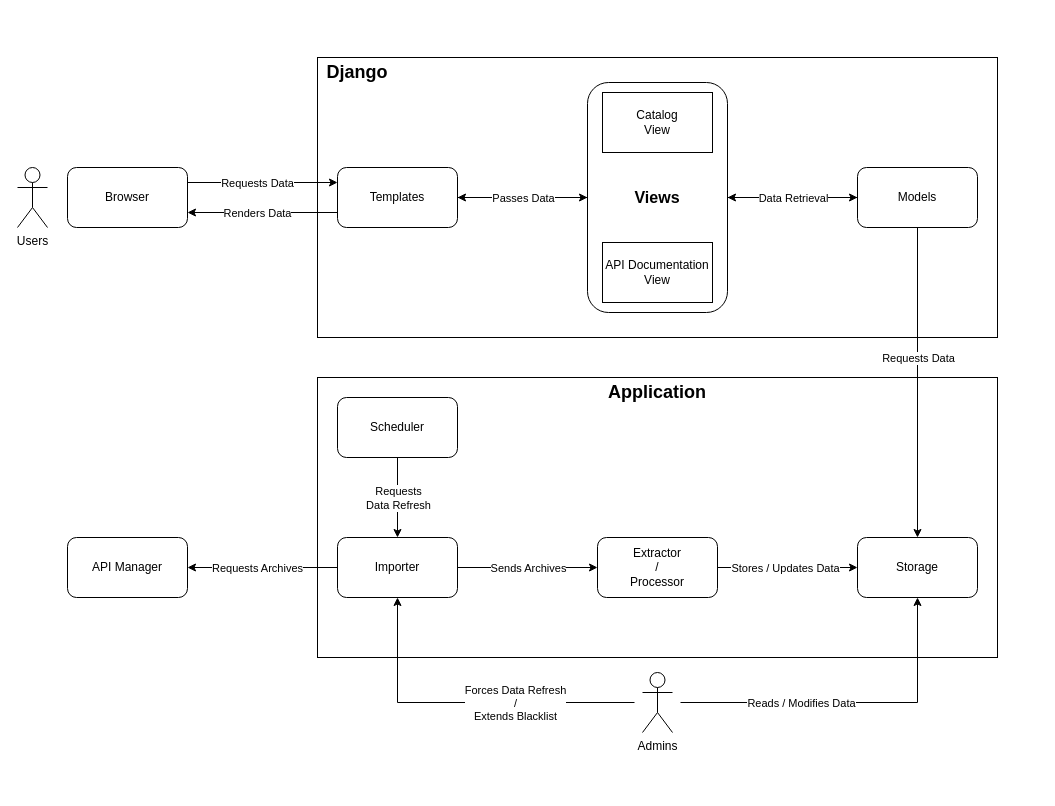
This is reports/S3-Rapport_Cahier_des_Charges/img/architecture_diagram.drawio from CC4K/api-catalog-development, a draw.io file, before an edit. Source tidied: cells renumbered, new cells numbered last; positions are measured from the earlier drawing's top-left corner, leaving out a move shared by most shapes. Both pictures are drawn from the tidied source at 100%, with x=0, y=0 at pixel (17, 57).
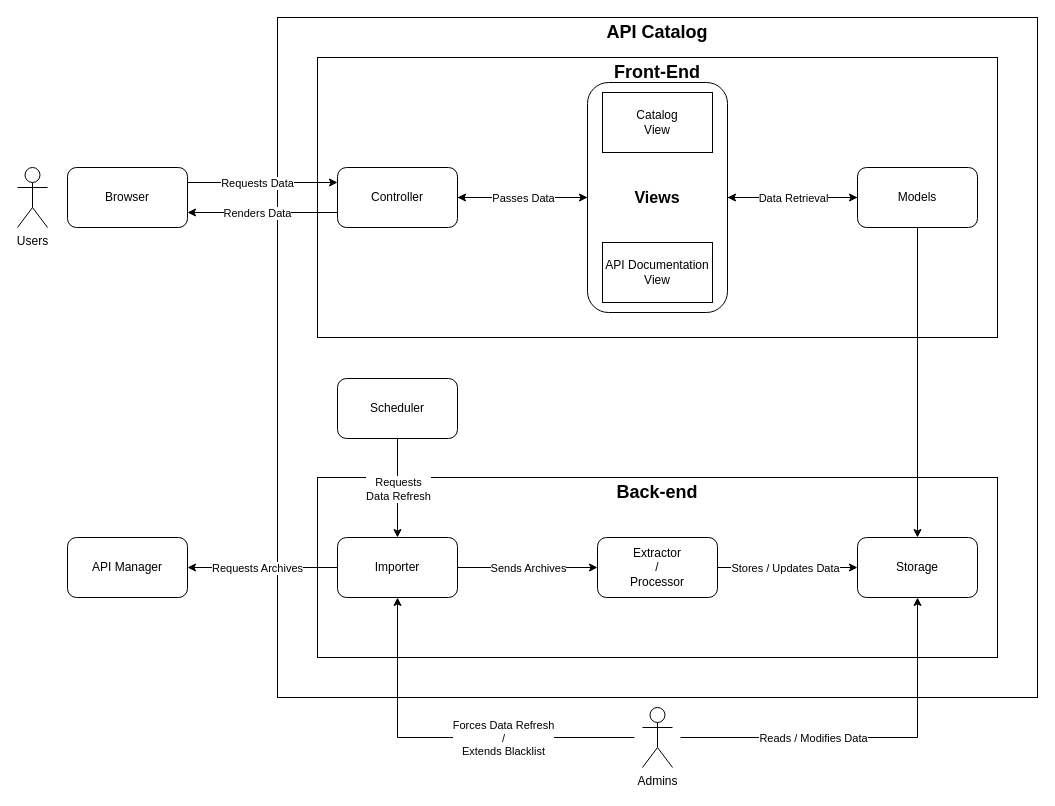
Above is the later version.

Unchanged cells that the change refers to:
```xml
<mxCell id="8" style="edgeStyle=orthogonalEdgeStyle;rounded=0;jettySize=auto;html=1;entryX=0.5;entryY=0;entryDx=0;entryDy=0;" parent="1" edge="1" source="10" target="37">
  <mxGeometry relative="1" as="geometry" />
</mxCell>
```

What changed in the source:
```diff
@@
+    <mxCell id="43" style="rounded=0;whiteSpace=wrap;html=1;" parent="1" vertex="1">
+      <mxGeometry x="260" y="-40" width="760" height="680" as="geometry" />
+    </mxCell>
     <mxCell id="2" style="rounded=0;whiteSpace=wrap;html=1;direction=east;" parent="1" vertex="1">
-      <mxGeometry x="300" y="320" width="680" height="280" as="geometry" />
+      <mxGeometry x="300" y="420" width="680" height="180" as="geometry" />
     </mxCell>
@@
-    <mxCell id="6" value="&lt;font style=&quot;font-size: 18px;&quot;&gt;&lt;b&gt;Django&lt;/b&gt;&lt;/font&gt;" style="text;html=1;whiteSpace=wrap;strokeColor=none;fillColor=none;align=center;verticalAlign=middle;rounded=0;direction=east;" parent="1" vertex="1">
-      <mxGeometry x="300" width="80" height="30" as="geometry" />
+    <mxCell id="6" value="&lt;font style=&quot;font-size: 18px;&quot;&gt;&lt;b&gt;Front-End&lt;/b&gt;&lt;/font&gt;" style="text;html=1;whiteSpace=wrap;strokeColor=none;fillColor=none;align=center;verticalAlign=middle;rounded=0;direction=east;" parent="1" vertex="1">
+      <mxGeometry x="590" width="100" height="30" as="geometry" />
     </mxCell>
@@
-    <mxCell id="9" value="Requests Data" style="edgeLabel;html=1;align=center;verticalAlign=middle;" parent="8" vertex="1">
-      <mxGeometry x="-0.16" relative="1" as="geometry" />
-    </mxCell>
@@
-    <mxCell id="12" value="Templates" style="rounded=1;whiteSpace=wrap;html=1;direction=east;" parent="1" vertex="1">
+    <mxCell id="12" value="Controller" style="rounded=1;whiteSpace=wrap;html=1;direction=east;" parent="1" vertex="1">
       <mxGeometry x="320" y="110" width="120" height="60" as="geometry" />
     </mxCell>
@@
-    <mxCell id="27" value="&lt;font style=&quot;font-size: 18px;&quot;&gt;&lt;b&gt;Application&lt;/b&gt;&lt;/font&gt;" style="text;html=1;whiteSpace=wrap;strokeColor=none;fillColor=none;align=center;verticalAlign=middle;rounded=0;direction=east;" parent="1" vertex="1">
-      <mxGeometry x="580" y="320" width="120" height="30" as="geometry" />
+    <mxCell id="27" value="&lt;font style=&quot;font-size: 18px;&quot;&gt;&lt;b&gt;Back-end&lt;/b&gt;&lt;/font&gt;" style="text;html=1;whiteSpace=wrap;strokeColor=none;fillColor=none;align=center;verticalAlign=middle;rounded=0;direction=east;" parent="1" vertex="1">
+      <mxGeometry x="590" y="420" width="100" height="30" as="geometry" />
     </mxCell>
@@
     <mxCell id="30" value="Scheduler" style="rounded=1;whiteSpace=wrap;html=1;direction=east;" parent="1" vertex="1">
-      <mxGeometry x="320" y="340" width="120" height="60" as="geometry" />
+      <mxGeometry x="320" y="321" width="120" height="60" as="geometry" />
     </mxCell>
@@
     <mxCell id="42" value="Admins" style="shape=umlActor;verticalLabelPosition=bottom;verticalAlign=top;html=1;outlineConnect=0;direction=east;" parent="1" vertex="1">
-      <mxGeometry x="625" y="615" width="30" height="60" as="geometry" />
+      <mxGeometry x="625" y="650" width="30" height="60" as="geometry" />
     </mxCell>
+    <mxCell id="44" value="&lt;font style=&quot;font-size: 18px;&quot;&gt;&lt;b&gt;API Catalog&lt;/b&gt;&lt;/font&gt;" style="text;html=1;whiteSpace=wrap;strokeColor=none;fillColor=none;align=center;verticalAlign=middle;rounded=0;direction=east;" parent="1" vertex="1">
+      <mxGeometry x="580" y="-40" width="120" height="30" as="geometry" />
+    </mxCell>
```
